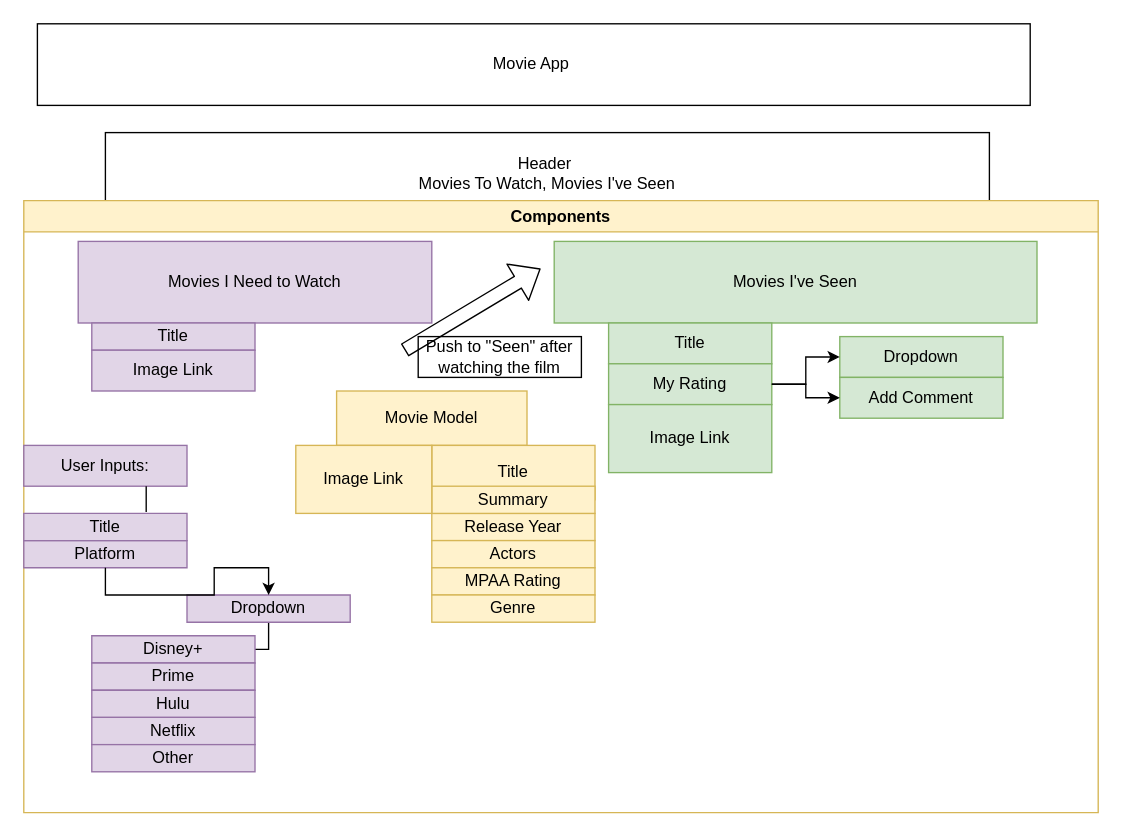
Kmillay/Movie-App keeps this draw.io diagram as Untitled Diagram.drawio. Above is the earlier version. Source tidied: cells renumbered, new cells numbered last; positions are measured from the earlier drawing's top-left corner, leaving out a move shared by most shapes. Both pictures are drawn from the tidied source at 136%, with x=0, y=0 at pixel (23, 23).
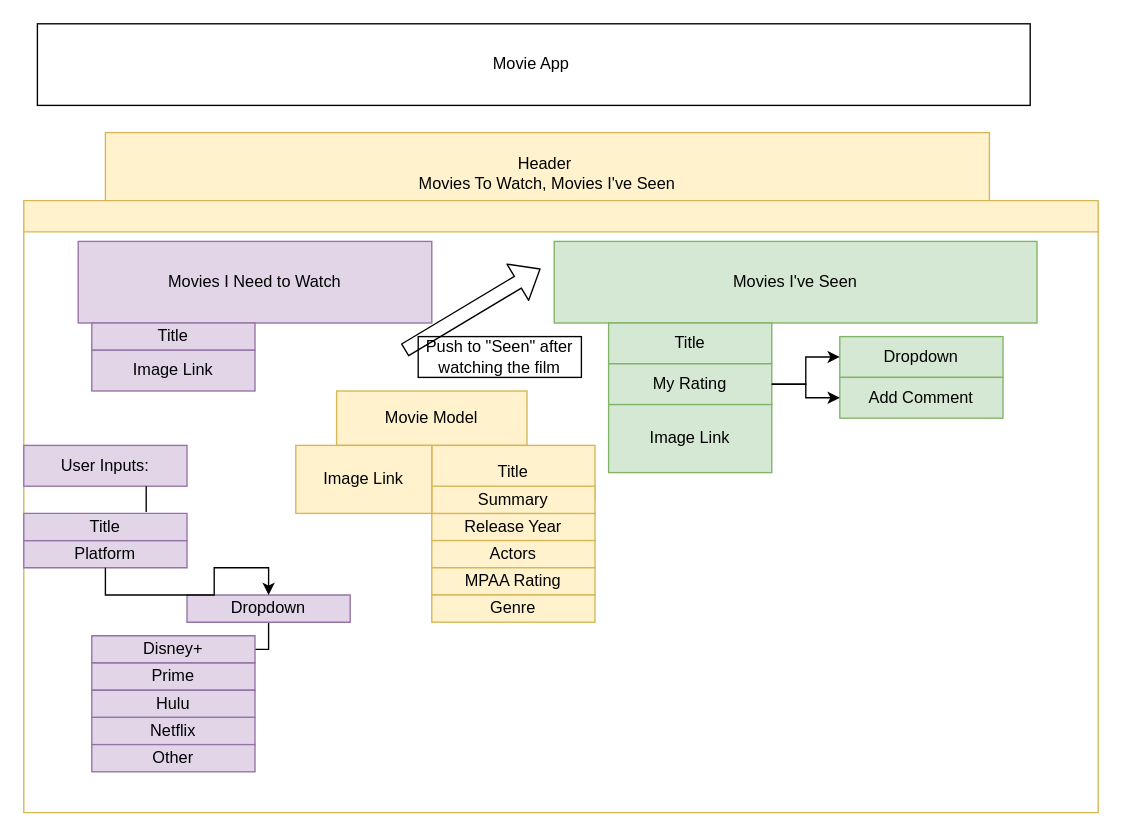
Above is the later version.

What changed in the source:
```diff
@@
-    <mxCell id="3" value="Header&amp;nbsp;&lt;br&gt;Movies To Watch, Movies I've Seen" style="rounded=0;whiteSpace=wrap;html=1;" parent="1" vertex="1">
+    <mxCell id="3" value="Header&amp;nbsp;&lt;br&gt;Movies To Watch, Movies I've Seen" style="rounded=0;whiteSpace=wrap;html=1;fillColor=#fff2cc;strokeColor=#d6b656;" parent="1" vertex="1">
       <mxGeometry x="60" y="80" width="650" height="60" as="geometry" />
     </mxCell>
-    <mxCell id="4" value="Components" style="swimlane;fillColor=#fff2cc;strokeColor=#d6b656;" parent="1" vertex="1">
+    <mxCell id="4" style="swimlane;fillColor=#fff2cc;strokeColor=#d6b656;" parent="1" vertex="1">
       <mxGeometry y="130" width="790" height="450" as="geometry" />
     </mxCell>
```
